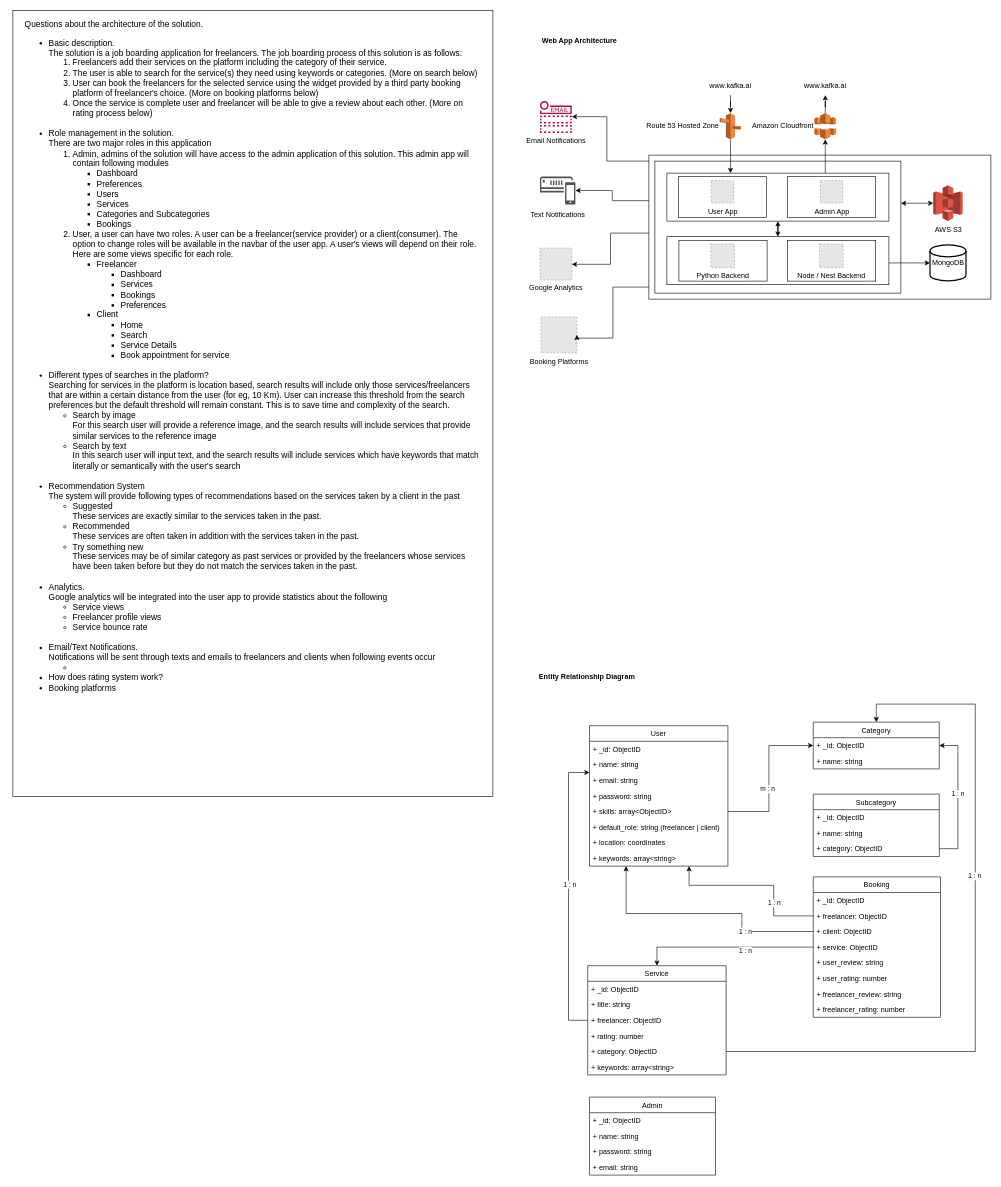
Earlier version of the draw.io diagram draw.io/sttrut.drawio (n4beel/diagrams). Source tidied: cells renumbered, new cells numbered last; positions are measured from the earlier drawing's top-left corner, leaving out a move shared by most shapes. Both pictures are drawn from the tidied source at 60%, with x=0, y=0 at pixel (13, 10). Pictures stored in the file or linked from it are replaced by grey dashed boxes.
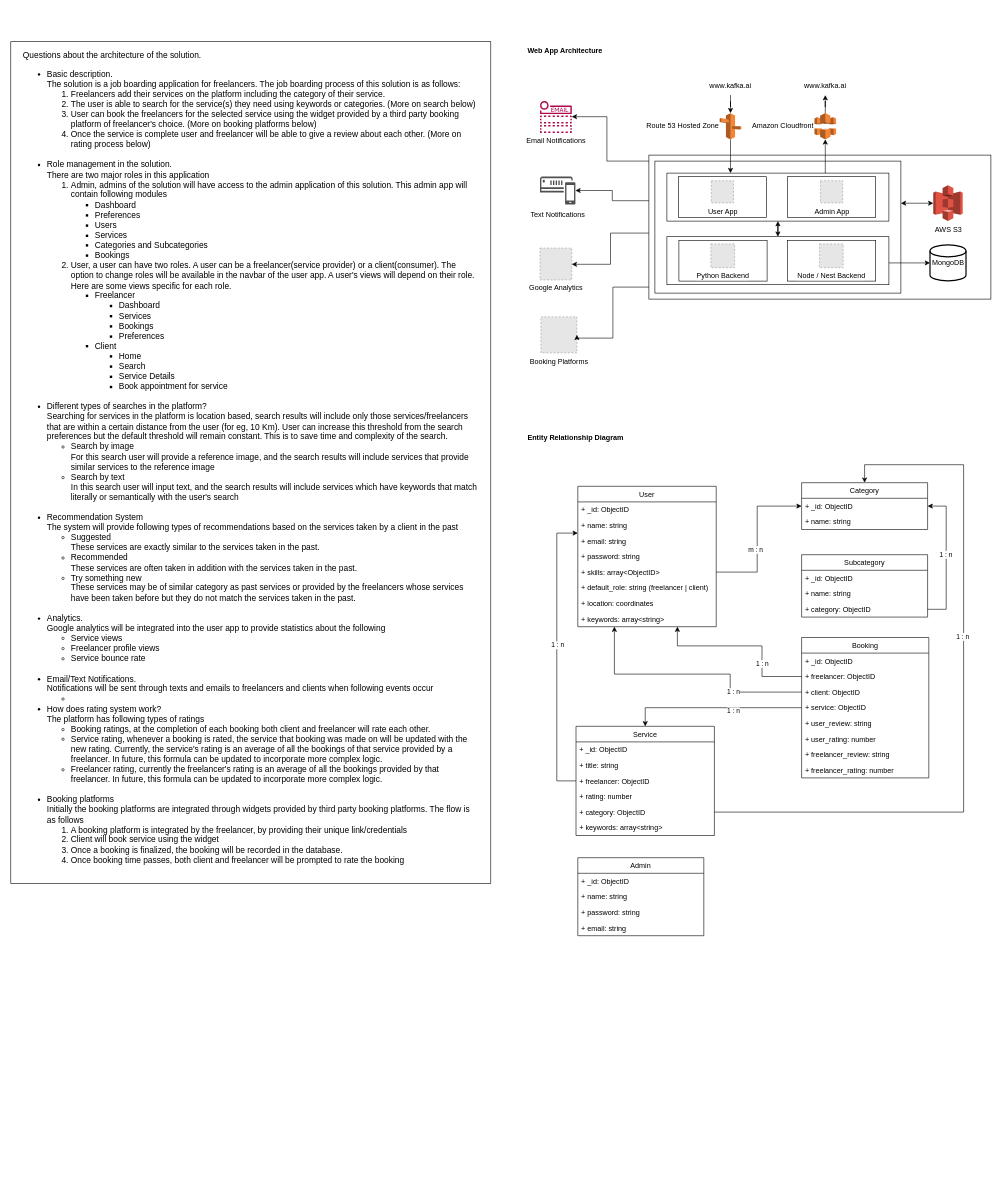
After the change.

The change refers to these unchanged cells:
```xml
<mxCell id="10" value="+ skills: array&lt;ObjectID&gt;" style="text;strokeColor=none;fillColor=none;align=left;verticalAlign=top;spacingLeft=4;spacingRight=4;overflow=hidden;points=[[0,0.5],[1,0.5]];portConstraint=eastwest;" parent="5" vertex="1">
  <mxGeometry y="130" width="230.7" height="26" as="geometry" />
</mxCell>
<mxCell id="23" value="+ freelancer: ObjectID" style="text;strokeColor=none;fillColor=none;align=left;verticalAlign=top;spacingLeft=4;spacingRight=4;overflow=hidden;points=[[0,0.5],[1,0.5]];portConstraint=eastwest;" parent="20" vertex="1">
  <mxGeometry y="78" width="230.7" height="26" as="geometry" />
</mxCell>
<mxCell id="25" value="+ category: ObjectID" style="text;strokeColor=none;fillColor=none;align=left;verticalAlign=top;spacingLeft=4;spacingRight=4;overflow=hidden;points=[[0,0.5],[1,0.5]];portConstraint=eastwest;" parent="20" vertex="1">
  <mxGeometry y="130" width="230.7" height="26" as="geometry" />
</mxCell>
<mxCell id="29" value="+ freelancer: ObjectID" style="text;strokeColor=none;fillColor=none;align=left;verticalAlign=top;spacingLeft=4;spacingRight=4;overflow=hidden;points=[[0,0.5],[1,0.5]];portConstraint=eastwest;" parent="27" vertex="1">
  <mxGeometry y="52" width="212" height="26" as="geometry" />
</mxCell>
<mxCell id="30" value="+ client: ObjectID" style="text;strokeColor=none;fillColor=none;align=left;verticalAlign=top;spacingLeft=4;spacingRight=4;overflow=hidden;points=[[0,0.5],[1,0.5]];portConstraint=eastwest;" parent="27" vertex="1">
  <mxGeometry y="78" width="212" height="26" as="geometry" />
</mxCell>
<mxCell id="52" value="+ category: ObjectID" style="text;strokeColor=none;fillColor=none;align=left;verticalAlign=top;spacingLeft=4;spacingRight=4;overflow=hidden;points=[[0,0.5],[1,0.5]];portConstraint=eastwest;" parent="49" vertex="1">
  <mxGeometry y="78" width="210" height="26" as="geometry" />
</mxCell>
```

The edit, as a diff of the source:
```diff
@@
     <mxCell id="5" value="User" style="swimlane;fontStyle=0;horizontal=1;startSize=26;fillColor=none;" parent="1" vertex="1">
-      <mxGeometry x="961" y="1192" width="230.7" height="234" as="geometry" />
+      <mxGeometry x="941.5" y="793" width="230.7" height="234" as="geometry" />
     </mxCell>
@@
     <mxCell id="14" value="Admin" style="swimlane;fontStyle=0;horizontal=1;startSize=26;fillColor=none;" parent="1" vertex="1">
-      <mxGeometry x="961" y="1811" width="210" height="130" as="geometry" />
+      <mxGeometry x="941.5" y="1412" width="210" height="130" as="geometry" />
     </mxCell>
@@
     <mxCell id="19" value="&lt;b&gt;Entity Relationship Diagram&lt;/b&gt;" style="text;html=1;strokeColor=none;fillColor=none;align=left;verticalAlign=middle;whiteSpace=wrap;rounded=0;" parent="1" vertex="1">
-      <mxGeometry x="875" y="1096" width="240" height="30" as="geometry" />
+      <mxGeometry x="855.5" y="697" width="240" height="30" as="geometry" />
     </mxCell>
     <mxCell id="20" value="Service" style="swimlane;fontStyle=0;horizontal=1;startSize=26;fillColor=none;" parent="1" vertex="1">
-      <mxGeometry x="958" y="1592" width="230.7" height="182" as="geometry" />
+      <mxGeometry x="938.5" y="1193" width="230.7" height="182" as="geometry" />
     </mxCell>
@@
     <mxCell id="27" value="Booking" style="swimlane;fontStyle=0;horizontal=1;startSize=26;fillColor=none;" parent="1" vertex="1">
-      <mxGeometry x="1334" y="1444" width="212" height="234" as="geometry" />
+      <mxGeometry x="1314.5" y="1045" width="212" height="234" as="geometry" />
     </mxCell>
@@
     <mxCell id="36" style="edgeStyle=orthogonalEdgeStyle;rounded=0;jettySize=auto;html=1;" parent="1" edge="1" source="29" target="5">
       <mxGeometry relative="1" as="geometry">
         <Array as="points">
-          <mxPoint x="1268" y="1509" />
-          <mxPoint x="1268" y="1458" />
-          <mxPoint x="1127" y="1458" />
+          <mxPoint x="1248.5" y="1110" />
+          <mxPoint x="1248.5" y="1059" />
+          <mxPoint x="1107.5" y="1059" />
         </Array>
       </mxGeometry>
     </mxCell>
@@
     <mxCell id="38" style="edgeStyle=orthogonalEdgeStyle;rounded=0;jettySize=auto;html=1;" parent="1" edge="1" source="30" target="5">
       <mxGeometry relative="1" as="geometry">
         <Array as="points">
-          <mxPoint x="1215" y="1535" />
-          <mxPoint x="1215" y="1505" />
-          <mxPoint x="1022" y="1505" />
+          <mxPoint x="1195.5" y="1136" />
+          <mxPoint x="1195.5" y="1106" />
+          <mxPoint x="1002.5" y="1106" />
         </Array>
       </mxGeometry>
     </mxCell>
@@
     <mxCell id="42" style="edgeStyle=orthogonalEdgeStyle;rounded=0;jettySize=auto;html=1;" parent="1" edge="1" source="23" target="5">
       <mxGeometry relative="1" as="geometry">
         <Array as="points">
-          <mxPoint x="926" y="1683" />
-          <mxPoint x="926" y="1270" />
+          <mxPoint x="906.5" y="1284" />
+          <mxPoint x="906.5" y="871" />
         </Array>
       </mxGeometry>
     </mxCell>
@@
     <mxCell id="44" value="Category" style="swimlane;fontStyle=0;horizontal=1;startSize=26;fillColor=none;" parent="1" vertex="1">
-      <mxGeometry x="1334" y="1186" width="210" height="78" as="geometry" />
+      <mxGeometry x="1314.5" y="787" width="210" height="78" as="geometry" />
     </mxCell>
@@
     <mxCell id="47" style="edgeStyle=orthogonalEdgeStyle;rounded=0;jettySize=auto;html=1;" parent="1" edge="1" source="10" target="44">
       <mxGeometry relative="1" as="geometry">
         <Array as="points">
-          <mxPoint x="1260" y="1335" />
-          <mxPoint x="1260" y="1225" />
+          <mxPoint x="1240.5" y="936" />
+          <mxPoint x="1240.5" y="826" />
         </Array>
       </mxGeometry>
     </mxCell>
@@
     <mxCell id="49" value="Subcategory" style="swimlane;fontStyle=0;horizontal=1;startSize=26;fillColor=none;" parent="1" vertex="1">
-      <mxGeometry x="1334" y="1306" width="210" height="104" as="geometry" />
+      <mxGeometry x="1314.5" y="907" width="210" height="104" as="geometry" />
     </mxCell>
@@
     <mxCell id="53" style="edgeStyle=orthogonalEdgeStyle;rounded=0;jettySize=auto;html=1;" parent="1" edge="1" source="52" target="44">
       <mxGeometry relative="1" as="geometry">
         <Array as="points">
-          <mxPoint x="1575" y="1397" />
-          <mxPoint x="1575" y="1225" />
+          <mxPoint x="1555.5" y="998" />
+          <mxPoint x="1555.5" y="826" />
         </Array>
       </mxGeometry>
     </mxCell>
@@
-    <mxCell id="56" value="&lt;div style=&quot;font-size: 14px;&quot;&gt;Questions about the architecture of the solution.&lt;/div&gt;&lt;ul style=&quot;&quot;&gt;&lt;li style=&quot;font-size: 14px;&quot;&gt;Basic description.&lt;br style=&quot;font-size: 14px;&quot;&gt;The solution is a job boarding application for freelancers. The job boarding process of this solution is as follows:&lt;/li&gt;&lt;ol style=&quot;font-size: 14px;&quot;&gt;&lt;li style=&quot;font-size: 14px;&quot;&gt;Freelancers add their services on the platform including the category of their service.&lt;/li&gt;&lt;li style=&quot;font-size: 14px;&quot;&gt;The user is able to search for the service(s) they need using keywords or categories. (More on search below)&lt;/li&gt;&lt;li style=&quot;font-size: 14px;&quot;&gt;User can book the freelancers for the selected service using the widget provided by a third party booking platform of freelancer's choice. (More on booking platforms below)&lt;/li&gt;&lt;li style=&quot;font-size: 14px;&quot;&gt;Once the service is complete user and freelancer will be able to give a review about each other. (More on rating process below)&lt;br&gt;&lt;br&gt;&lt;/li&gt;&lt;/ol&gt;&lt;li style=&quot;font-size: 14px;&quot;&gt;Role management in the solution.&lt;br&gt;There are two major roles in this application&lt;/li&gt;&lt;ol style=&quot;&quot;&gt;&lt;li style=&quot;font-size: 14px;&quot;&gt;Admin, admins of the solution will have access to the admin application of this solution. This admin app will contain following modules&lt;/li&gt;&lt;ul&gt;&lt;li style=&quot;&quot;&gt;Dashboard&lt;/li&gt;&lt;li style=&quot;&quot;&gt;Preferences&lt;/li&gt;&lt;li style=&quot;&quot;&gt;Users&lt;/li&gt;&lt;li style=&quot;&quot;&gt;Services&lt;/li&gt;&lt;li style=&quot;&quot;&gt;Categories and Subcategories&lt;/li&gt;&lt;li style=&quot;&quot;&gt;Bookings&lt;/li&gt;&lt;/ul&gt;&lt;li style=&quot;font-size: 14px;&quot;&gt;User, a user can have two roles. A user can be a freelancer(service provider) or a client(consumer). The option to change roles will be available in the navbar of the user app. A user's views will depend on their role. Here are some views specific for each role.&lt;/li&gt;&lt;ul&gt;&lt;li&gt;&lt;span style=&quot;background-color: initial;&quot;&gt;Freelancer&lt;/span&gt;&lt;/li&gt;&lt;ul&gt;&lt;li&gt;&lt;span style=&quot;background-color: initial;&quot;&gt;Dashboard&lt;/span&gt;&lt;/li&gt;&lt;li&gt;&lt;span style=&quot;background-color: initial;&quot;&gt;Services&lt;/span&gt;&lt;/li&gt;&lt;li&gt;&lt;span style=&quot;background-color: initial;&quot;&gt;Bookings&lt;/span&gt;&lt;/li&gt;&lt;li&gt;&lt;span style=&quot;background-color: initial;&quot;&gt;Preferences&lt;/span&gt;&lt;/li&gt;&lt;/ul&gt;&lt;li&gt;&lt;span style=&quot;background-color: initial;&quot;&gt;Client&lt;/span&gt;&lt;/li&gt;&lt;ul&gt;&lt;li&gt;&lt;span style=&quot;background-color: initial;&quot;&gt;Home&lt;/span&gt;&lt;/li&gt;&lt;li&gt;&lt;span style=&quot;background-color: initial;&quot;&gt;Search&lt;/span&gt;&lt;/li&gt;&lt;li&gt;&lt;span style=&quot;background-color: initial;&quot;&gt;Service Details&lt;/span&gt;&lt;/li&gt;&lt;li&gt;&lt;span style=&quot;background-color: initial;&quot;&gt;Book appointment for service&lt;br&gt;&lt;br&gt;&lt;/span&gt;&lt;/li&gt;&lt;/ul&gt;&lt;/ul&gt;&lt;/ol&gt;&lt;li style=&quot;font-size: 14px;&quot;&gt;Different types of searches in the platform?&lt;br&gt;Searching for services in the platform is location based, search results will include only those services/freelancers that are within a certain distance from the user (for eg, 10 Km). User can increase this threshold from the search preferences but the default threshold will remain constant. This is to save time and complexity of the search.&lt;/li&gt;&lt;ul&gt;&lt;li style=&quot;font-size: 14px;&quot;&gt;Search by image&lt;br&gt;For this search user will provide a reference image, and the search results will include services that provide similar services to the reference image&amp;nbsp;&lt;/li&gt;&lt;li style=&quot;font-size: 14px;&quot;&gt;Search by text&lt;br&gt;In this search user will input text, and the search results will include services which have keywords that match literally or semantically with the user's search&lt;br&gt;&lt;br&gt;&lt;/li&gt;&lt;/ul&gt;&lt;li style=&quot;font-size: 14px;&quot;&gt;Recommendation System&lt;br&gt;The system will provide following types of recommendations based on the services taken by a client in the past&lt;/li&gt;&lt;ul&gt;&lt;li style=&quot;font-size: 14px;&quot;&gt;Suggested&lt;br&gt;These services are exactly similar to the services taken in the past.&lt;/li&gt;&lt;li style=&quot;font-size: 14px;&quot;&gt;Recommended&lt;br&gt;These services are often taken in addition with the services taken in the past.&amp;nbsp;&lt;/li&gt;&lt;li style=&quot;font-size: 14px;&quot;&gt;Try something new&lt;br&gt;These services may be of similar category as past services or provided by the freelancers whose services have been taken before but they do not match the services taken in the past.&lt;br&gt;&lt;br&gt;&lt;/li&gt;&lt;/ul&gt;&lt;li style=&quot;font-size: 14px;&quot;&gt;Analytics.&lt;br&gt;Google analytics will be integrated into the user app to provide statistics about the following&lt;/li&gt;&lt;ul&gt;&lt;li style=&quot;font-size: 14px;&quot;&gt;Service views&lt;/li&gt;&lt;li style=&quot;font-size: 14px;&quot;&gt;Freelancer profile views&lt;/li&gt;&lt;li style=&quot;font-size: 14px;&quot;&gt;Service bounce rate&lt;br&gt;&lt;br&gt;&lt;/li&gt;&lt;/ul&gt;&lt;li style=&quot;font-size: 14px;&quot;&gt;Email/Text Notifications.&lt;br&gt;Notifications will be sent through texts and emails to freelancers and clients when following events occur&lt;/li&gt;&lt;ul&gt;&lt;li style=&quot;font-size: 14px;&quot;&gt;&lt;br&gt;&lt;/li&gt;&lt;/ul&gt;&lt;li style=&quot;font-size: 14px;&quot;&gt;How does rating system work?&lt;/li&gt;&lt;li style=&quot;font-size: 14px;&quot;&gt;Booking platforms&lt;/li&gt;&lt;/ul&gt;" style="rounded=0;whiteSpace=wrap;html=1;align=left;verticalAlign=top;spacing=10;spacingLeft=10;spacingRight=10;fontSize=14;" parent="1" vertex="1">
-      <mxGeometry width="800" height="1310" as="geometry" />
+    <mxCell id="56" value="&lt;div style=&quot;font-size: 14px;&quot;&gt;Questions about the architecture of the solution.&lt;/div&gt;&lt;ul style=&quot;&quot;&gt;&lt;li style=&quot;font-size: 14px;&quot;&gt;Basic description.&lt;br style=&quot;font-size: 14px;&quot;&gt;The solution is a job boarding application for freelancers. The job boarding process of this solution is as follows:&lt;/li&gt;&lt;ol style=&quot;font-size: 14px;&quot;&gt;&lt;li style=&quot;font-size: 14px;&quot;&gt;Freelancers add their services on the platform including the category of their service.&lt;/li&gt;&lt;li style=&quot;font-size: 14px;&quot;&gt;The user is able to search for the service(s) they need using keywords or categories. (More on search below)&lt;/li&gt;&lt;li style=&quot;font-size: 14px;&quot;&gt;User can book the freelancers for the selected service using the widget provided by a third party booking platform of freelancer's choice. (More on booking platforms below)&lt;/li&gt;&lt;li style=&quot;font-size: 14px;&quot;&gt;Once the service is complete user and freelancer will be able to give a review about each other. (More on rating process below)&lt;br&gt;&lt;br&gt;&lt;/li&gt;&lt;/ol&gt;&lt;li style=&quot;font-size: 14px;&quot;&gt;Role management in the solution.&lt;br&gt;There are two major roles in this application&lt;/li&gt;&lt;ol style=&quot;&quot;&gt;&lt;li style=&quot;font-size: 14px;&quot;&gt;Admin, admins of the solution will have access to the admin application of this solution. This admin app will contain following modules&lt;/li&gt;&lt;ul&gt;&lt;li style=&quot;&quot;&gt;Dashboard&lt;/li&gt;&lt;li style=&quot;&quot;&gt;Preferences&lt;/li&gt;&lt;li style=&quot;&quot;&gt;Users&lt;/li&gt;&lt;li style=&quot;&quot;&gt;Services&lt;/li&gt;&lt;li style=&quot;&quot;&gt;Categories and Subcategories&lt;/li&gt;&lt;li style=&quot;&quot;&gt;Bookings&lt;/li&gt;&lt;/ul&gt;&lt;li style=&quot;font-size: 14px;&quot;&gt;User, a user can have two roles. A user can be a freelancer(service provider) or a client(consumer). The option to change roles will be available in the navbar of the user app. A user's views will depend on their role. Here are some views specific for each role.&lt;/li&gt;&lt;ul&gt;&lt;li&gt;&lt;span style=&quot;background-color: initial;&quot;&gt;Freelancer&lt;/span&gt;&lt;/li&gt;&lt;ul&gt;&lt;li&gt;&lt;span style=&quot;background-color: initial;&quot;&gt;Dashboard&lt;/span&gt;&lt;/li&gt;&lt;li&gt;&lt;span style=&quot;background-color: initial;&quot;&gt;Services&lt;/span&gt;&lt;/li&gt;&lt;li&gt;&lt;span style=&quot;background-color: initial;&quot;&gt;Bookings&lt;/span&gt;&lt;/li&gt;&lt;li&gt;&lt;span style=&quot;background-color: initial;&quot;&gt;Preferences&lt;/span&gt;&lt;/li&gt;&lt;/ul&gt;&lt;li&gt;&lt;span style=&quot;background-color: initial;&quot;&gt;Client&lt;/span&gt;&lt;/li&gt;&lt;ul&gt;&lt;li&gt;&lt;span style=&quot;background-color: initial;&quot;&gt;Home&lt;/span&gt;&lt;/li&gt;&lt;li&gt;&lt;span style=&quot;background-color: initial;&quot;&gt;Search&lt;/span&gt;&lt;/li&gt;&lt;li&gt;&lt;span style=&quot;background-color: initial;&quot;&gt;Service Details&lt;/span&gt;&lt;/li&gt;&lt;li&gt;&lt;span style=&quot;background-color: initial;&quot;&gt;Book appointment for service&lt;br&gt;&lt;br&gt;&lt;/span&gt;&lt;/li&gt;&lt;/ul&gt;&lt;/ul&gt;&lt;/ol&gt;&lt;li style=&quot;font-size: 14px;&quot;&gt;Different types of searches in the platform?&lt;br&gt;Searching for services in the platform is location based, search results will include only those services/freelancers that are within a certain distance from the user (for eg, 10 Km). User can increase this threshold from the search preferences but the default threshold will remain constant. This is to save time and complexity of the search.&lt;/li&gt;&lt;ul&gt;&lt;li style=&quot;font-size: 14px;&quot;&gt;Search by image&lt;br&gt;For this search user will provide a reference image, and the search results will include services that provide similar services to the reference image&amp;nbsp;&lt;/li&gt;&lt;li style=&quot;font-size: 14px;&quot;&gt;Search by text&lt;br&gt;In this search user will input text, and the search results will include services which have keywords that match literally or semantically with the user's search&lt;br&gt;&lt;br&gt;&lt;/li&gt;&lt;/ul&gt;&lt;li style=&quot;font-size: 14px;&quot;&gt;Recommendation System&lt;br&gt;The system will provide following types of recommendations based on the services taken by a client in the past&lt;/li&gt;&lt;ul&gt;&lt;li style=&quot;font-size: 14px;&quot;&gt;Suggested&lt;br&gt;These services are exactly similar to the services taken in the past.&lt;/li&gt;&lt;li style=&quot;font-size: 14px;&quot;&gt;Recommended&lt;br&gt;These services are often taken in addition with the services taken in the past.&amp;nbsp;&lt;/li&gt;&lt;li style=&quot;font-size: 14px;&quot;&gt;Try something new&lt;br&gt;These services may be of similar category as past services or provided by the freelancers whose services have been taken before but they do not match the services taken in the past.&lt;br&gt;&lt;br&gt;&lt;/li&gt;&lt;/ul&gt;&lt;li style=&quot;font-size: 14px;&quot;&gt;Analytics.&lt;br&gt;Google analytics will be integrated into the user app to provide statistics about the following&lt;/li&gt;&lt;ul&gt;&lt;li style=&quot;font-size: 14px;&quot;&gt;Service views&lt;/li&gt;&lt;li style=&quot;font-size: 14px;&quot;&gt;Freelancer profile views&lt;/li&gt;&lt;li style=&quot;font-size: 14px;&quot;&gt;Service bounce rate&lt;br&gt;&lt;br&gt;&lt;/li&gt;&lt;/ul&gt;&lt;li style=&quot;font-size: 14px;&quot;&gt;Email/Text Notifications.&lt;br&gt;Notifications will be sent through texts and emails to freelancers and clients when following events occur&lt;/li&gt;&lt;ul&gt;&lt;li style=&quot;font-size: 14px;&quot;&gt;&lt;br&gt;&lt;/li&gt;&lt;/ul&gt;&lt;li style=&quot;font-size: 14px;&quot;&gt;How does rating system work?&lt;br&gt;The platform has following types of ratings&lt;/li&gt;&lt;ul&gt;&lt;li style=&quot;font-size: 14px;&quot;&gt;Booking ratings, at the completion of each booking both client and freelancer will rate each other.&lt;/li&gt;&lt;li style=&quot;font-size: 14px;&quot;&gt;Service rating, whenever a booking is rated, the service that booking was made on will be updated with the new rating. Currently, the service's rating is an average of all the bookings of that service provided by a freelancer. In future, this formula can be updated to incorporate more complex logic.&lt;/li&gt;&lt;li style=&quot;font-size: 14px;&quot;&gt;Freelancer rating, currently the freelancer's rating is an average of all the bookings provided by that freelancer. In future, this formula can be updated to incorporate more complex logic.&lt;br&gt;&lt;br&gt;&lt;/li&gt;&lt;/ul&gt;&lt;li style=&quot;font-size: 14px;&quot;&gt;Booking platforms&lt;br&gt;Initially the booking platforms are integrated through widgets provided by third party booking platforms. The flow is as follows&lt;/li&gt;&lt;ol&gt;&lt;li style=&quot;font-size: 14px;&quot;&gt;A booking platform is integrated by the freelancer, by providing their unique link/credentials&lt;/li&gt;&lt;li style=&quot;font-size: 14px;&quot;&gt;Client will book service using the widget&lt;/li&gt;&lt;li style=&quot;font-size: 14px;&quot;&gt;Once a booking is finalized, the booking will be recorded in the database.&lt;/li&gt;&lt;li style=&quot;font-size: 14px;&quot;&gt;Once booking time passes, both client and freelancer will be prompted to rate the booking&amp;nbsp;&lt;/li&gt;&lt;/ol&gt;&lt;/ul&gt;" style="rounded=0;whiteSpace=wrap;html=1;align=left;verticalAlign=top;spacing=10;spacingLeft=10;spacingRight=10;fontSize=14;" parent="1" vertex="1">
+      <mxGeometry x="-3.5" y="52" width="800" height="1403" as="geometry" />
     </mxCell>
     <mxCell id="57" style="edgeStyle=orthogonalEdgeStyle;rounded=0;jettySize=auto;html=1;" parent="1" edge="1" source="25" target="44">
       <mxGeometry relative="1" as="geometry">
         <Array as="points">
-          <mxPoint x="1604" y="1735" />
-          <mxPoint x="1604" y="1156" />
-          <mxPoint x="1439" y="1156" />
+          <mxPoint x="1584.5" y="1336" />
+          <mxPoint x="1584.5" y="757" />
+          <mxPoint x="1419.5" y="757" />
         </Array>
       </mxGeometry>
     </mxCell>
@@
     <mxCell id="59" value="&lt;b&gt;Web App Architecture&lt;/b&gt;" style="text;html=1;strokeColor=none;fillColor=none;align=left;verticalAlign=middle;whiteSpace=wrap;rounded=0;" parent="1" vertex="1">
-      <mxGeometry x="880" y="35" width="240" height="30" as="geometry" />
+      <mxGeometry x="855.5" y="52" width="240" height="30" as="geometry" />
     </mxCell>
```
